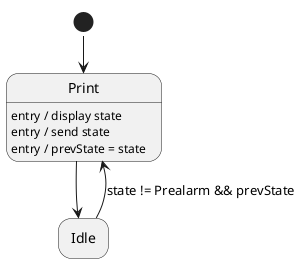
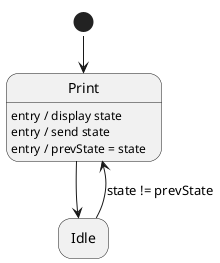
@startuml StateChangeTask
!pragma layout smetana
hide empty description

state start <<start>>

state "Print" as print
print : entry / display state
print : entry / send state
print : entry / prevState = state

state "Idle" as idle

start -d-> print

print -d-> idle
print -[hidden]d-> idle
- idle -u-> print : state != Prealarm && prevState
+ idle -u-> print : state != prevState

@enduml
